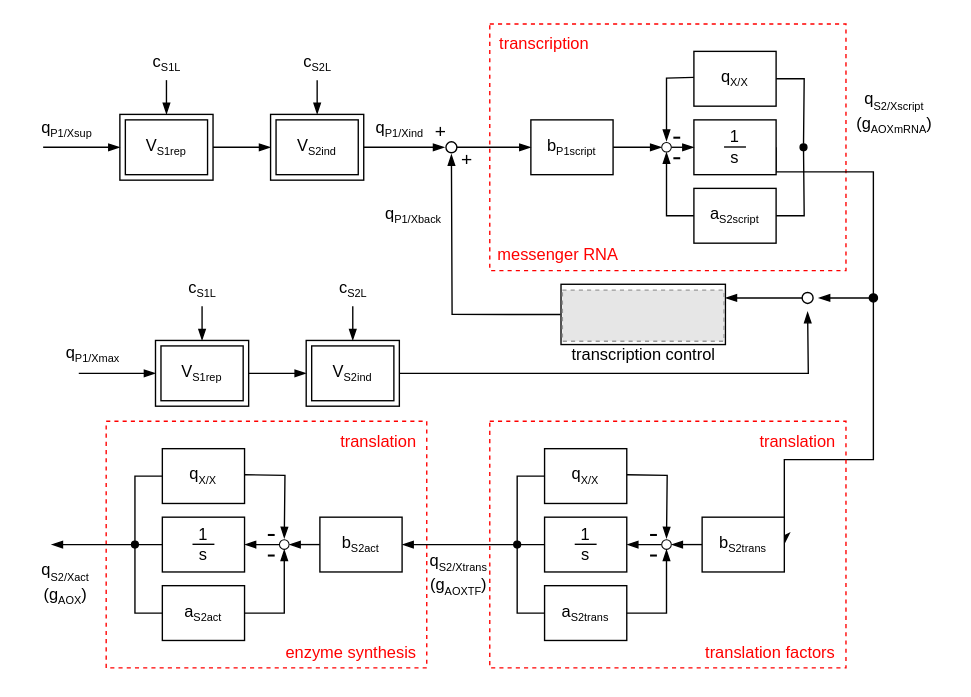
Above: ProteinExpression.drawio in Yumatlab/bioprocesssimulation (draw.io), before the change. Source tidied: cells renumbered, new cells numbered last; positions are measured from the earlier drawing's top-left corner, leaving out a move shared by most shapes. Both pictures are drawn from the tidied source at 137%, with x=0, y=0 at pixel (23, 23). Pictures stored in the file or linked from it are replaced by grey dashed boxes.
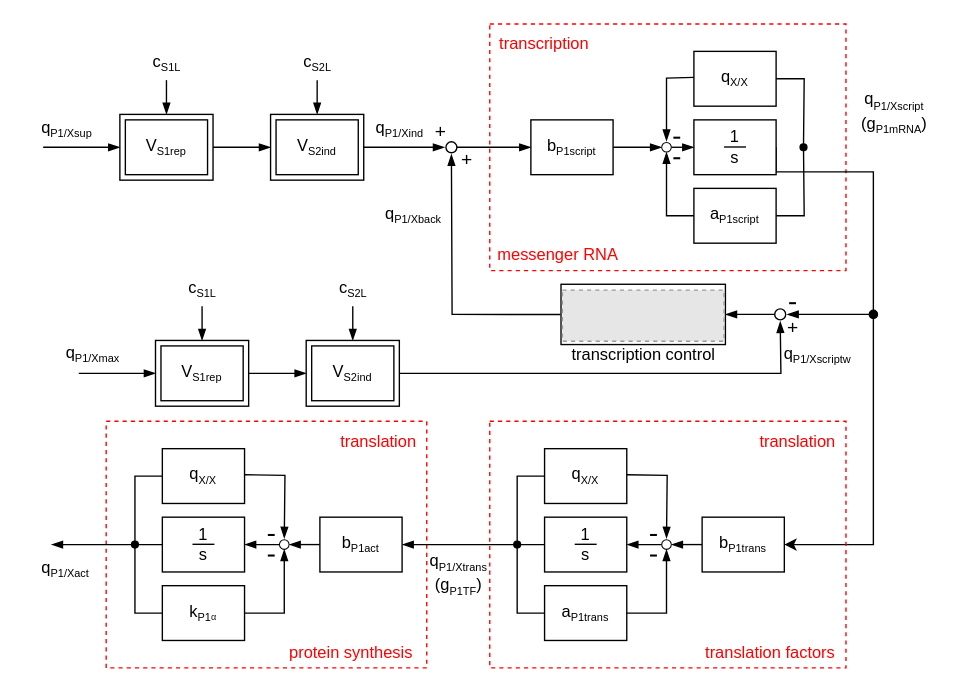
The same page after the edit.

The change refers to these unchanged cells:
```xml
<mxCell id="14" value="1&lt;br&gt;s" style="rounded=0;whiteSpace=wrap;html=1;" parent="1" vertex="1">
  <mxGeometry x="489" y="70" width="60" height="40" as="geometry" />
</mxCell>
<mxCell id="73" style="rounded=0;whiteSpace=wrap;html=1;fillColor=none;" parent="1" vertex="1">
  <mxGeometry x="206" y="231" width="68" height="48" as="geometry" />
</mxCell>
<mxCell id="88" style="rounded=0;whiteSpace=wrap;html=1;" parent="87" vertex="1">
  <mxGeometry width="120" height="44" as="geometry" />
</mxCell>
```

What changed in the source:
```diff
@@
+    <mxCell id="4" style="rounded=0;whiteSpace=wrap;html=1;fillColor=none;dashed=1;strokeColor=#ff0000;align=left;" parent="1" vertex="1">
+      <mxGeometry x="60" y="290" width="234" height="180" as="geometry" />
+    </mxCell>
@@
-    <mxCell id="3" value="enzyme synthesis" style="text;html=1;align=center;verticalAlign=middle;whiteSpace=wrap;rounded=0;fontColor=#ff0000;" parent="1" vertex="1">
+    <mxCell id="3" value="protein synthesis" style="text;html=1;align=center;verticalAlign=middle;whiteSpace=wrap;rounded=0;fontColor=#ff0000;" parent="1" vertex="1">
       <mxGeometry x="189" y="444" width="100" height="30" as="geometry" />
     </mxCell>
-    <mxCell id="4" style="rounded=0;whiteSpace=wrap;html=1;fillColor=none;dashed=1;strokeColor=#ff0000;align=left;" parent="1" vertex="1">
-      <mxGeometry x="60" y="290" width="234" height="180" as="geometry" />
-    </mxCell>
@@
     <mxCell id="13" style="edgeStyle=orthogonalEdgeStyle;rounded=0;jettySize=auto;html=1;exitX=1;exitY=0.5;exitDx=0;exitDy=0;entryX=1;entryY=0.5;entryDx=0;entryDy=0;" parent="1" edge="1" source="14" target="32">
       <mxGeometry relative="1" as="geometry">
         <Array as="points">
+          <mxPoint x="549" y="108" />
           <mxPoint x="620" y="108" />
-          <mxPoint x="620" y="318" />
+          <mxPoint x="620" y="380" />
         </Array>
       </mxGeometry>
     </mxCell>
@@
-    <mxCell id="27" value="a&lt;sub&gt;&lt;font style=&quot;font-size: 8px;&quot;&gt;S2script&lt;/font&gt;&lt;/sub&gt;" style="rounded=0;whiteSpace=wrap;html=1;" parent="1" vertex="1">
+    <mxCell id="27" value="a&lt;sub&gt;&lt;font style=&quot;font-size: 8px;&quot;&gt;P1script&lt;/font&gt;&lt;/sub&gt;" style="rounded=0;whiteSpace=wrap;html=1;" parent="1" vertex="1">
       <mxGeometry x="489" y="120" width="60" height="40" as="geometry" />
     </mxCell>
@@
-    <mxCell id="32" value="b&lt;sub&gt;&lt;font style=&quot;font-size: 8px;&quot;&gt;S2trans&lt;/font&gt;&lt;/sub&gt;" style="rounded=0;whiteSpace=wrap;html=1;" parent="1" vertex="1">
+    <mxCell id="32" value="b&lt;sub&gt;&lt;font style=&quot;font-size: 8px;&quot;&gt;P1trans&lt;/font&gt;&lt;/sub&gt;" style="rounded=0;whiteSpace=wrap;html=1;" parent="1" vertex="1">
       <mxGeometry x="495" y="360" width="60" height="40" as="geometry" />
     </mxCell>
@@
-    <mxCell id="44" value="a&lt;sub&gt;&lt;font style=&quot;font-size: 8px;&quot;&gt;S2trans&lt;/font&gt;&lt;/sub&gt;" style="rounded=0;whiteSpace=wrap;html=1;" parent="1" vertex="1">
+    <mxCell id="44" value="a&lt;sub&gt;&lt;font style=&quot;font-size: 8px;&quot;&gt;P1trans&lt;/font&gt;&lt;/sub&gt;" style="rounded=0;whiteSpace=wrap;html=1;" parent="1" vertex="1">
       <mxGeometry x="380" y="410" width="60" height="40" as="geometry" />
     </mxCell>
@@
-    <mxCell id="50" value="b&lt;sub&gt;&lt;font style=&quot;font-size: 8px;&quot;&gt;S2act&lt;/font&gt;&lt;/sub&gt;" style="rounded=0;whiteSpace=wrap;html=1;" parent="1" vertex="1">
+    <mxCell id="50" value="b&lt;sub&gt;&lt;font style=&quot;font-size: 8px;&quot;&gt;P1act&lt;/font&gt;&lt;/sub&gt;" style="rounded=0;whiteSpace=wrap;html=1;" parent="1" vertex="1">
       <mxGeometry x="216" y="360" width="60" height="40" as="geometry" />
     </mxCell>
@@
-    <mxCell id="60" value="a&lt;sub&gt;&lt;font style=&quot;font-size: 8px;&quot;&gt;S2act&lt;/font&gt;&lt;/sub&gt;" style="rounded=0;whiteSpace=wrap;html=1;" parent="1" vertex="1">
+    <mxCell id="60" value="k&lt;sub&gt;&lt;font style=&quot;font-size: 8px;&quot;&gt;P1&lt;/font&gt;&lt;/sub&gt;&lt;span style=&quot;font-family: Helvetica, Arial, sans-serif; background-color: rgb(255, 255, 255);&quot;&gt;&lt;font style=&quot;font-size: 8px;&quot; color=&quot;#181616&quot;&gt;&lt;sub&gt;α&lt;/sub&gt;&lt;/font&gt;&lt;/span&gt;" style="rounded=0;whiteSpace=wrap;html=1;" parent="1" vertex="1">
       <mxGeometry x="101" y="410" width="60" height="40" as="geometry" />
     </mxCell>
@@
-    <mxCell id="64" value="q&lt;sub&gt;&lt;font style=&quot;font-size: 8px;&quot;&gt;S2/Xscript&lt;/font&gt;&lt;/sub&gt;&lt;br&gt;(g&lt;sub&gt;&lt;font style=&quot;font-size: 8px;&quot;&gt;AOXmRNA&lt;/font&gt;&lt;/sub&gt;)" style="text;html=1;align=center;verticalAlign=middle;strokeColor=none;fillColor=none;" parent="1" vertex="1">
-      <mxGeometry x="595" y="40" width="80" height="50" as="geometry" />
+    <mxCell id="64" value="q&lt;sub&gt;&lt;font style=&quot;font-size: 8px;&quot;&gt;P1/Xscript&lt;/font&gt;&lt;/sub&gt;&lt;br&gt;(g&lt;sub&gt;&lt;font style=&quot;font-size: 8px;&quot;&gt;P1mRNA&lt;/font&gt;&lt;/sub&gt;)" style="text;html=1;align=center;verticalAlign=middle;strokeColor=none;fillColor=none;" parent="1" vertex="1">
+      <mxGeometry x="600" y="40" width="70" height="50" as="geometry" />
     </mxCell>
-    <mxCell id="65" value="q&lt;sub&gt;&lt;font style=&quot;font-size: 8px;&quot;&gt;S2/Xtrans&lt;/font&gt;&lt;/sub&gt;&lt;br&gt;(g&lt;sub&gt;&lt;font style=&quot;font-size: 8px;&quot;&gt;AOXTF&lt;/font&gt;&lt;/sub&gt;)" style="text;html=1;align=center;verticalAlign=middle;strokeColor=none;fillColor=none;" parent="1" vertex="1">
+    <mxCell id="65" value="q&lt;sub&gt;&lt;font style=&quot;font-size: 8px;&quot;&gt;P1/Xtrans&lt;/font&gt;&lt;/sub&gt;&lt;br&gt;(g&lt;sub&gt;&lt;font style=&quot;font-size: 8px;&quot;&gt;P1TF&lt;/font&gt;&lt;/sub&gt;)" style="text;html=1;align=center;verticalAlign=middle;strokeColor=none;fillColor=none;" parent="1" vertex="1">
       <mxGeometry x="282" y="376.5" width="70" height="50" as="geometry" />
     </mxCell>
-    <mxCell id="66" value="q&lt;sub&gt;&lt;font style=&quot;font-size: 8px;&quot;&gt;S2/Xact&lt;/font&gt;&lt;/sub&gt;&lt;br&gt;(g&lt;sub&gt;&lt;font style=&quot;font-size: 8px;&quot;&gt;AOX&lt;/font&gt;&lt;/sub&gt;)" style="text;html=1;align=center;verticalAlign=middle;strokeColor=none;fillColor=none;" parent="1" vertex="1">
-      <mxGeometry y="383.5" width="60" height="50" as="geometry" />
+    <mxCell id="66" value="q&lt;sub&gt;&lt;font style=&quot;font-size: 8px;&quot;&gt;P1/Xact&lt;/font&gt;&lt;/sub&gt;" style="text;html=1;align=center;verticalAlign=middle;strokeColor=none;fillColor=none;" parent="1" vertex="1">
+      <mxGeometry y="382.5" width="60" height="30" as="geometry" />
     </mxCell>
@@
+    <mxCell id="96" style="edgeStyle=orthogonalEdgeStyle;rounded=0;jettySize=auto;html=1;exitX=1;exitY=0.5;exitDx=0;exitDy=0;endArrow=blockThin;endFill=1;" parent="1" edge="1" source="73">
+      <mxGeometry relative="1" as="geometry">
+        <mxPoint x="552" y="217" as="targetPoint" />
+      </mxGeometry>
+    </mxCell>
@@
-    <mxCell id="76" style="edgeStyle=orthogonalEdgeStyle;rounded=0;jettySize=auto;html=1;exitX=1;exitY=0.5;exitDx=0;exitDy=0;endArrow=blockThin;endFill=1;" parent="1" edge="1" source="73">
-      <mxGeometry relative="1" as="geometry">
-        <mxPoint x="572" y="210" as="targetPoint" />
-      </mxGeometry>
-    </mxCell>
@@
     <mxCell id="84" style="endArrow=blockThin;html=1;rounded=0;endFill=1;startArrow=oval;startFill=1;" parent="1" edge="1">
       <mxGeometry relative="1" as="geometry">
-        <mxPoint x="620" y="200" as="sourcePoint" />
-        <mxPoint x="580" y="200" as="targetPoint" />
+        <mxPoint x="620" y="212" as="sourcePoint" />
+        <mxPoint x="557" y="212" as="targetPoint" />
       </mxGeometry>
     </mxCell>
-    <mxCell id="85" style="endArrow=blockThin;html=1;rounded=0;endFill=1;startArrow=oval;startFill=0;endSize=6;startSize=8;sourcePerimeterSpacing=0;" parent="1" edge="1">
+    <mxCell id="85" style="endArrow=blockThin;html=1;rounded=0;endFill=1;startArrow=oval;startFill=0;endSize=6;startSize=8;sourcePerimeterSpacing=0;entryX=1;entryY=0.5;entryDx=0;entryDy=0;" parent="1" edge="1" target="88">
       <mxGeometry relative="1" as="geometry">
-        <mxPoint x="572" y="200" as="sourcePoint" />
-        <mxPoint x="512" y="200" as="targetPoint" />
+        <mxPoint x="552" y="212" as="sourcePoint" />
+        <Array as="points">
+          <mxPoint x="552" y="212" />
+        </Array>
       </mxGeometry>
     </mxCell>
@@
+    <mxCell id="97" value="q&lt;sub&gt;&lt;font style=&quot;font-size: 8px;&quot;&gt;P1/Xscriptw&lt;/font&gt;&lt;/sub&gt;" style="text;html=1;align=center;verticalAlign=middle;strokeColor=none;fillColor=none;" parent="1" vertex="1">
+      <mxGeometry x="544" y="227" width="70" height="30" as="geometry" />
+    </mxCell>
+    <mxCell id="98" style="endArrow=none;html=1;rounded=0;exitX=0.536;exitY=0.333;exitDx=0;exitDy=0;exitPerimeter=0;strokeWidth=1.5;" parent="1" edge="1">
+      <mxGeometry relative="1" as="geometry">
+        <mxPoint x="558.5" y="203.8" as="sourcePoint" />
+        <mxPoint x="563.5" y="203.8" as="targetPoint" />
+      </mxGeometry>
+    </mxCell>
+    <mxCell id="99" value="&lt;font style=&quot;font-size: 14px;&quot;&gt;+&lt;/font&gt;" style="text;html=1;align=center;verticalAlign=middle;strokeColor=none;fillColor=none;" parent="1" vertex="1">
+      <mxGeometry x="546" y="207" width="30" height="30" as="geometry" />
+    </mxCell>
```
